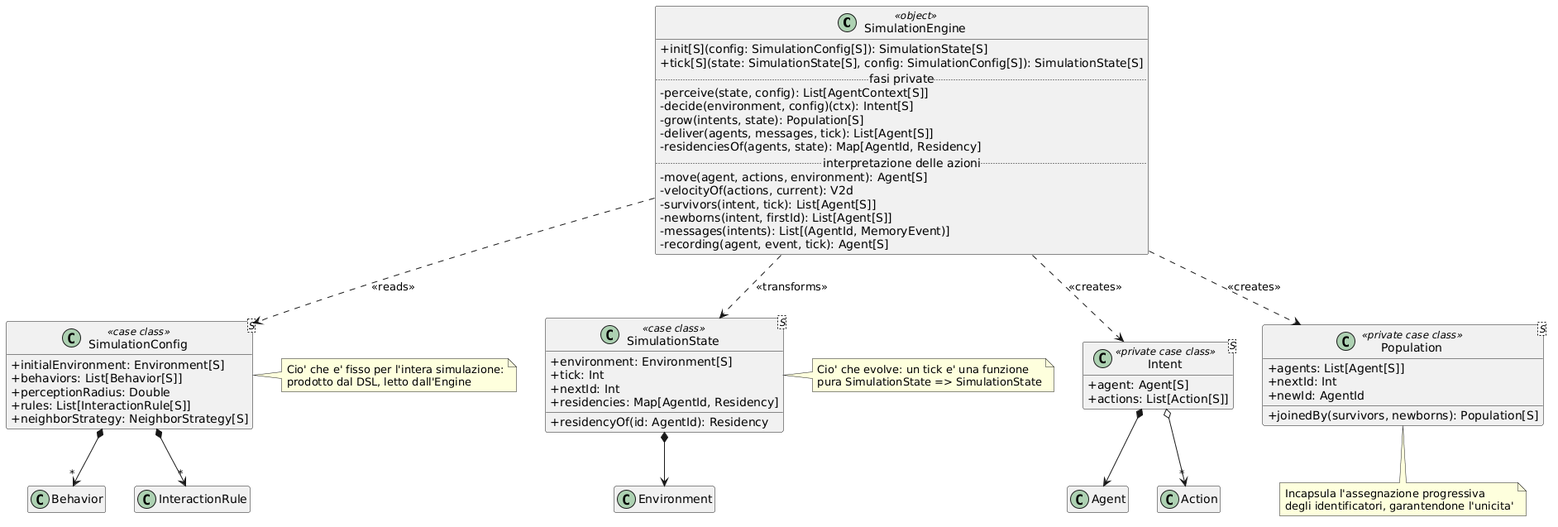
Before: docs/img/08-engine.png, a diagram exported from PlantUML (alessiobifulco/PPS-25-ABMScala). Source of this version:
```plantuml
@startuml
skinparam classAttributeIconSize 0
skinparam shadowing false
hide empty members

class SimulationEngine <<object>> {
  + init[S](config: SimulationConfig[S]): SimulationState[S]
  + tick[S](state: SimulationState[S], config: SimulationConfig[S]): SimulationState[S]
  .. fasi private ..
  - perceive(state, config): List[AgentContext[S]]
  - decide(environment, config)(ctx): Intent[S]
  - grow(intents, state): Population[S]
  - deliver(agents, messages, tick): List[Agent[S]]
  - residenciesOf(agents, state): Map[AgentId, Residency]
  .. interpretazione delle azioni ..
  - move(agent, actions, environment): Agent[S]
  - velocityOf(actions, current): V2d
  - survivors(intent, tick): List[Agent[S]]
  - newborns(intent, firstId): List[Agent[S]]
  - messages(intents): List[(AgentId, MemoryEvent)]
  - recording(agent, event, tick): Agent[S]
}

class "SimulationConfig<S>" as Config <<case class>> {
  + initialEnvironment: Environment[S]
  + behaviors: List[Behavior[S]]
  + perceptionRadius: Double
  + rules: List[InteractionRule[S]]
  + neighborStrategy: NeighborStrategy[S]
}

class "SimulationState<S>" as SState <<case class>> {
  + environment: Environment[S]
  + tick: Int
  + nextId: Int
  + residencies: Map[AgentId, Residency]
  + residencyOf(id: AgentId): Residency
}

class "Intent<S>" as Intent <<private case class>> {
  + agent: Agent[S]
  + actions: List[Action[S]]
}

class "Population<S>" as Pop <<private case class>> {
  + agents: List[Agent[S]]
  + nextId: Int
  + newId: AgentId
  + joinedBy(survivors, newborns): Population[S]
}

SimulationEngine ..> Config : <<reads>>
SimulationEngine ..> SState : <<transforms>>
SimulationEngine ..> Intent : <<creates>>
SimulationEngine ..> Pop : <<creates>>
Config *--> "*" Behavior
Config *--> "*" InteractionRule
SState *--> Environment
Intent *--> Agent
Intent o--> "*" Action

note right of Config
  Cio' che e' fisso per l'intera simulazione:
  prodotto dal DSL, letto dall'Engine
end note

note right of SState
  Cio' che evolve: un tick e' una funzione
  pura SimulationState => SimulationState
end note

note bottom of Pop
  Incapsula l'assegnazione progressiva
  degli identificatori, garantendone l'unicita'
end note
@enduml
```
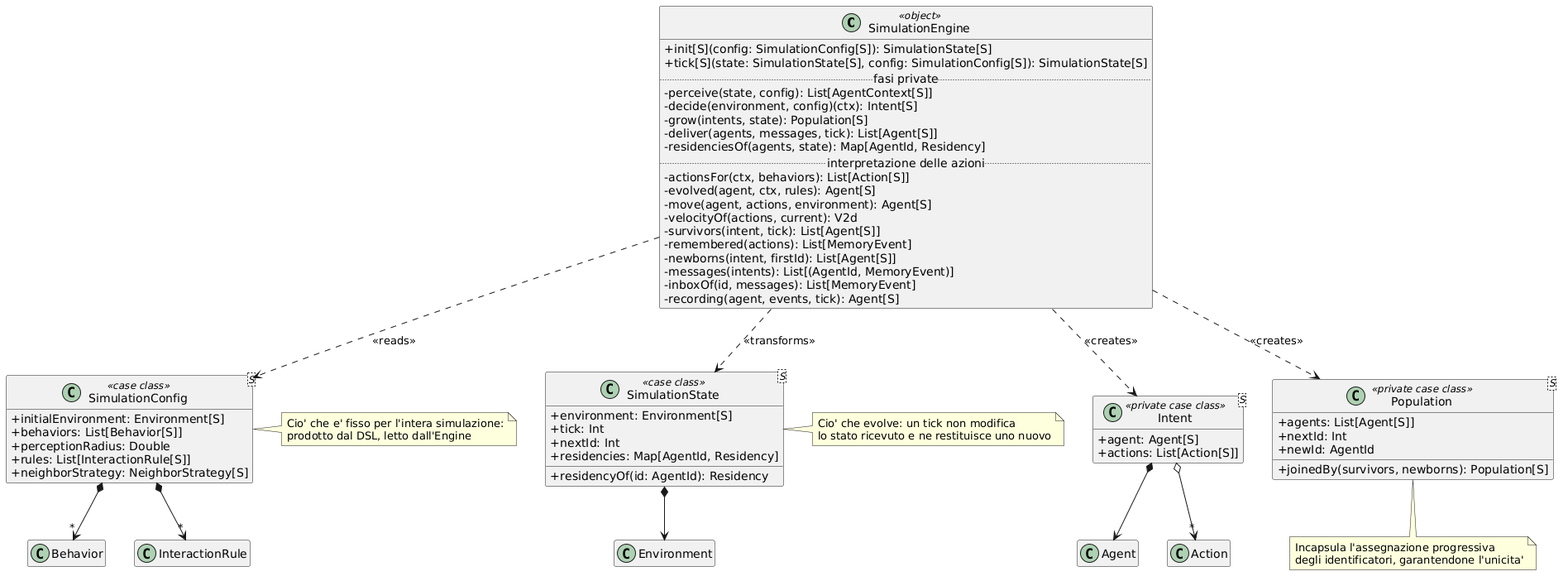
After the change.

Diff of the diagram source:
```diff
@@ -1,75 +1,85 @@
 @startuml
 skinparam classAttributeIconSize 0
-skinparam shadowing false
 hide empty members
 
 class SimulationEngine <<object>> {
-  + init[S](config: SimulationConfig[S]): SimulationState[S]
-  + tick[S](state: SimulationState[S], config: SimulationConfig[S]): SimulationState[S]
+  +init[S](config: SimulationConfig[S]): SimulationState[S]
+  +tick[S](state: SimulationState[S], config: SimulationConfig[S]): SimulationState[S]
   .. fasi private ..
-  - perceive(state, config): List[AgentContext[S]]
-  - decide(environment, config)(ctx): Intent[S]
-  - grow(intents, state): Population[S]
-  - deliver(agents, messages, tick): List[Agent[S]]
-  - residenciesOf(agents, state): Map[AgentId, Residency]
+  -perceive(state, config): List[AgentContext[S]]
+  -decide(environment, config)(ctx): Intent[S]
+  -grow(intents, state): Population[S]
+  -deliver(agents, messages, tick): List[Agent[S]]
+  -residenciesOf(agents, state): Map[AgentId, Residency]
   .. interpretazione delle azioni ..
-  - move(agent, actions, environment): Agent[S]
-  - velocityOf(actions, current): V2d
-  - survivors(intent, tick): List[Agent[S]]
-  - newborns(intent, firstId): List[Agent[S]]
-  - messages(intents): List[(AgentId, MemoryEvent)]
-  - recording(agent, event, tick): Agent[S]
+  -actionsFor(ctx, behaviors): List[Action[S]]
+  -evolved(agent, ctx, rules): Agent[S]
+  -move(agent, actions, environment): Agent[S]
+  -velocityOf(actions, current): V2d
+  -survivors(intent, tick): List[Agent[S]]
+  -remembered(actions): List[MemoryEvent]
+  -newborns(intent, firstId): List[Agent[S]]
+  -messages(intents): List[(AgentId, MemoryEvent)]
+  -inboxOf(id, messages): List[MemoryEvent]
+  -recording(agent, events, tick): Agent[S]
 }
 
-class "SimulationConfig<S>" as Config <<case class>> {
-  + initialEnvironment: Environment[S]
-  + behaviors: List[Behavior[S]]
-  + perceptionRadius: Double
-  + rules: List[InteractionRule[S]]
-  + neighborStrategy: NeighborStrategy[S]
+class SimulationConfig<S> <<case class>> {
+  +initialEnvironment: Environment[S]
+  +behaviors: List[Behavior[S]]
+  +perceptionRadius: Double
+  +rules: List[InteractionRule[S]]
+  +neighborStrategy: NeighborStrategy[S]
 }
 
-class "SimulationState<S>" as SState <<case class>> {
-  + environment: Environment[S]
-  + tick: Int
-  + nextId: Int
-  + residencies: Map[AgentId, Residency]
-  + residencyOf(id: AgentId): Residency
+class SimulationState<S> <<case class>> {
+  +environment: Environment[S]
+  +tick: Int
+  +nextId: Int
+  +residencies: Map[AgentId, Residency]
+  +residencyOf(id: AgentId): Residency
 }
 
-class "Intent<S>" as Intent <<private case class>> {
-  + agent: Agent[S]
-  + actions: List[Action[S]]
+class Intent<S> <<private case class>> {
+  +agent: Agent[S]
+  +actions: List[Action[S]]
 }
 
-class "Population<S>" as Pop <<private case class>> {
-  + agents: List[Agent[S]]
-  + nextId: Int
-  + newId: AgentId
-  + joinedBy(survivors, newborns): Population[S]
+class Population<S> <<private case class>> {
+  +agents: List[Agent[S]]
+  +nextId: Int
+  +newId: AgentId
+  +joinedBy(survivors, newborns): Population[S]
 }
 
-SimulationEngine ..> Config : <<reads>>
-SimulationEngine ..> SState : <<transforms>>
+class Behavior
+class InteractionRule
+class Environment
+class Agent
+class Action
+
+SimulationEngine ..> SimulationConfig : <<reads>>
+SimulationEngine ..> SimulationState : <<transforms>>
 SimulationEngine ..> Intent : <<creates>>
-SimulationEngine ..> Pop : <<creates>>
-Config *--> "*" Behavior
-Config *--> "*" InteractionRule
-SState *--> Environment
+SimulationEngine ..> Population : <<creates>>
+
+SimulationConfig *--> "*" Behavior
+SimulationConfig *--> "*" InteractionRule
+SimulationState *--> Environment
 Intent *--> Agent
 Intent o--> "*" Action
 
-note right of Config
+note right of SimulationConfig
   Cio' che e' fisso per l'intera simulazione:
   prodotto dal DSL, letto dall'Engine
 end note
 
-note right of SState
-  Cio' che evolve: un tick e' una funzione
-  pura SimulationState => SimulationState
+note right of SimulationState
+  Cio' che evolve: un tick non modifica
+  lo stato ricevuto e ne restituisce uno nuovo
 end note
 
-note bottom of Pop
+note bottom of Population
   Incapsula l'assegnazione progressiva
   degli identificatori, garantendone l'unicita'
 end note
```
